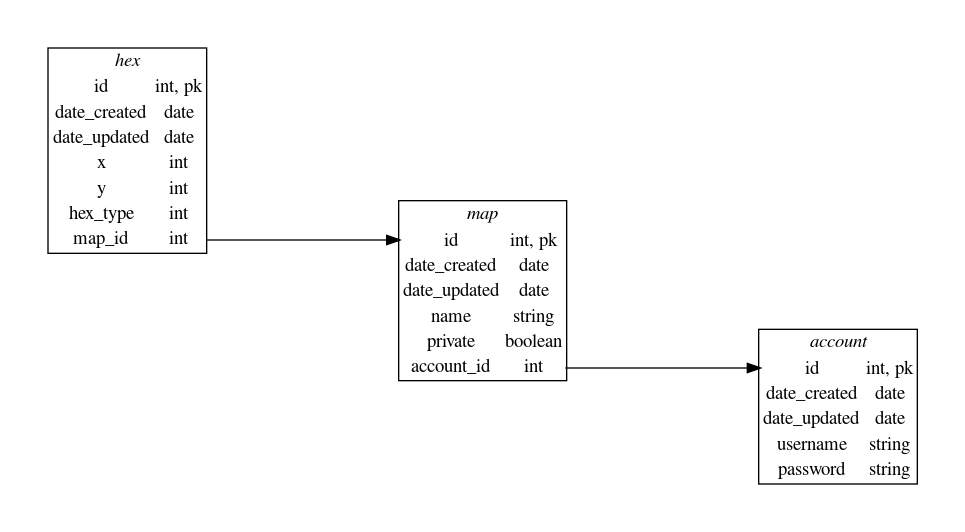
The Graphviz diagram doc/database_diagram.png in anroysko/path-optimizer-site, before a commit. Its source is kept beside it as doc/database_diagram.dot.
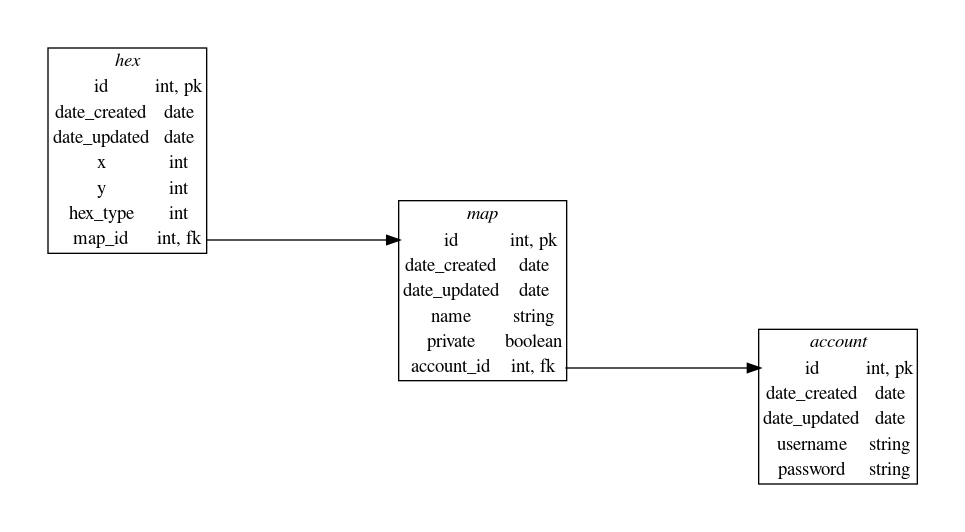
Later version of the same file.

The edit, as a diff of the source:
```diff
@@ -22,7 +22,7 @@
 		<tr><td>date_updated</td><td>date</td></tr>
 		<tr><td>name</td><td>string</td></tr>
 		<tr><td>private</td><td>boolean</td></tr>
-		<tr><td>account_id</td><td port="3">int</td></tr>
+		<tr><td>account_id</td><td port="3">int, fk</td></tr>
 	</table>>];
 
 	hex [label=<
@@ -34,7 +34,7 @@
 		<tr><td>x</td><td>int</td></tr>
 		<tr><td>y</td><td>int</td></tr>
 		<tr><td>hex_type</td><td>int</td></tr>
-		<tr><td>map_id</td><td port="4">int</td></tr>
+		<tr><td>map_id</td><td port="4">int, fk</td></tr>
 	</table>>];
 
 
```
